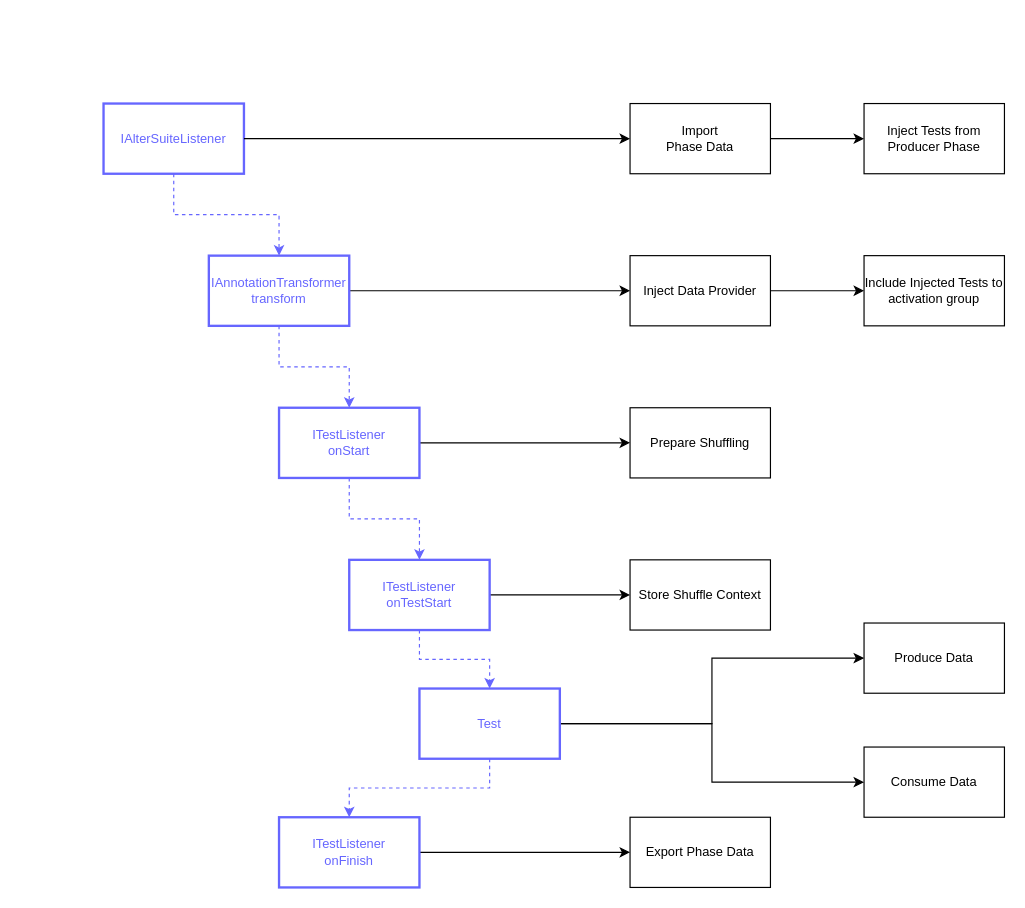
Above: page "TestNG Process" (11 of 11) of diagrams/PhasedDiagrams.drawio in adobe/phased-testing (draw.io), before the change. Source tidied: cells renumbered, new cells numbered last; positions are measured from the earlier drawing's top-left corner, leaving out a move shared by most shapes. Both pictures are drawn from the tidied source at 117%, with x=0, y=0 at pixel (103, 103).
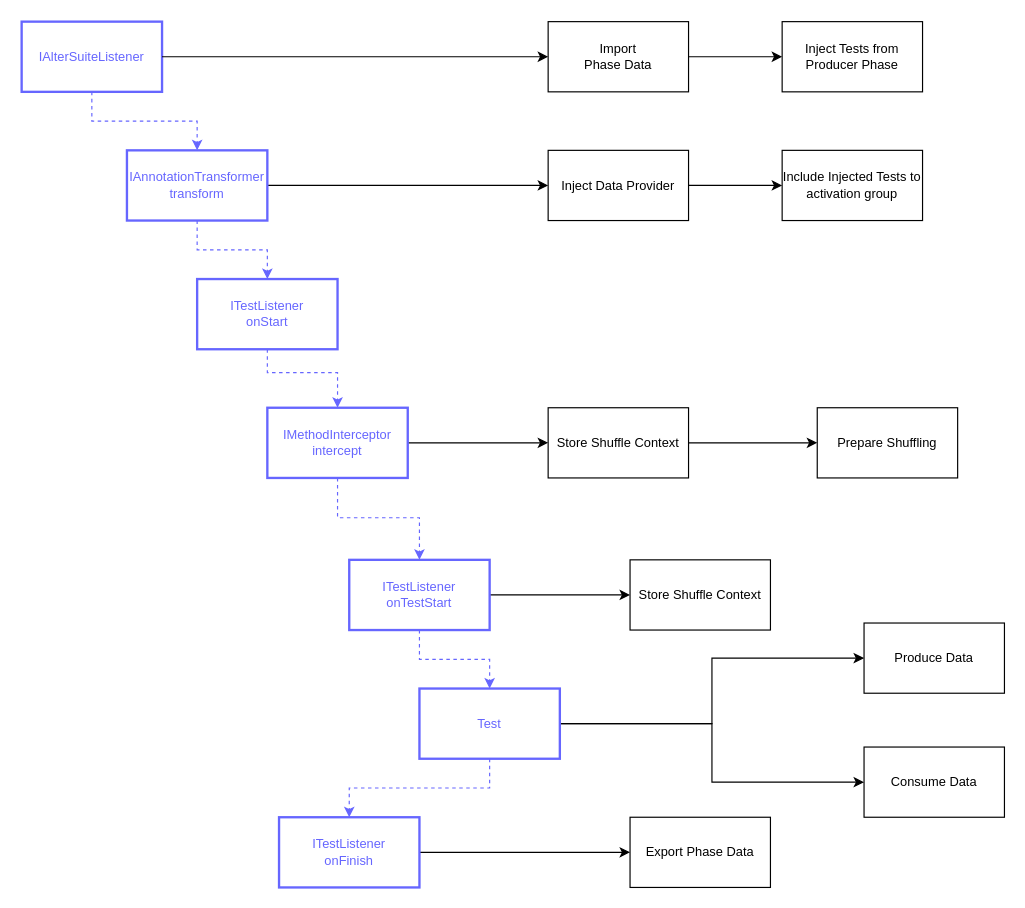
Above is the later version.

Unchanged cells that the change refers to:
```xml
<mxCell id="10" value="ITestListener&lt;br&gt;onTestStart" style="whiteSpace=wrap;html=1;rounded=0;fontSize=11;fontColor=#6666FF;strokeColor=#6666FF;strokeWidth=2;" parent="1" vertex="1">
  <mxGeometry x="210" y="390" width="120" height="60" as="geometry" />
</mxCell>
```

What changed in the source:
```diff
@@
     <mxCell id="4" value="IAnnotationTransformer&lt;br&gt;transform" style="rounded=0;whiteSpace=wrap;html=1;fontSize=11;align=center;strokeWidth=2;strokeColor=#6666FF;fontColor=#6666FF;" parent="1" vertex="1">
-      <mxGeometry x="90" y="130" width="120" height="60" as="geometry" />
+      <mxGeometry x="20" y="40" width="120" height="60" as="geometry" />
     </mxCell>
-    <mxCell id="5" style="edgeStyle=orthogonalEdgeStyle;rounded=0;jumpStyle=arc;jumpSize=15;jettySize=auto;html=1;fontSize=11;startArrow=none;startFill=0;endArrow=classic;endFill=1;dashed=1;fontColor=#6666FF;strokeColor=#6666FF;" parent="1" edge="1" source="7" target="10">
-      <mxGeometry relative="1" as="geometry" />
+    <mxCell id="5" style="edgeStyle=orthogonalEdgeStyle;rounded=0;jumpStyle=arc;jumpSize=15;jettySize=auto;html=1;fontSize=11;startArrow=none;startFill=0;endArrow=classic;endFill=1;dashed=1;fontColor=#6666FF;strokeColor=#6666FF;entryX=0.5;entryY=0;entryDx=0;entryDy=0;" parent="1" edge="1" source="7" target="32">
+      <mxGeometry relative="1" as="geometry">
+        <Array as="points">
+          <mxPoint x="140" y="230" />
+          <mxPoint x="200" y="230" />
+        </Array>
+      </mxGeometry>
     </mxCell>
-    <mxCell id="6" style="edgeStyle=orthogonalEdgeStyle;rounded=0;jumpStyle=arc;jumpSize=15;jettySize=auto;html=1;exitX=1;exitY=0.5;exitDx=0;exitDy=0;entryX=0;entryY=0.5;entryDx=0;entryDy=0;fontSize=11;startArrow=none;startFill=0;endArrow=classic;endFill=1;" parent="1" edge="1" source="7">
-      <mxGeometry relative="1" as="geometry">
-        <mxPoint x="450" y="290" as="targetPoint" />
-      </mxGeometry>
-    </mxCell>
     <mxCell id="7" value="ITestListener&lt;br&gt;onStart" style="whiteSpace=wrap;html=1;rounded=0;fontSize=11;fontColor=#6666FF;strokeColor=#6666FF;strokeWidth=2;" parent="1" vertex="1">
-      <mxGeometry x="150" y="260" width="120" height="60" as="geometry" />
+      <mxGeometry x="80" y="150" width="120" height="60" as="geometry" />
     </mxCell>
@@
     <mxCell id="18" value="Inject Data Provider" style="rounded=0;whiteSpace=wrap;html=1;fontSize=11;align=center;" parent="1" vertex="1">
-      <mxGeometry x="450" y="130" width="120" height="60" as="geometry" />
+      <mxGeometry x="380" y="40" width="120" height="60" as="geometry" />
     </mxCell>
     <mxCell id="19" value="Prepare Shuffling" style="whiteSpace=wrap;html=1;rounded=0;fontSize=11;" parent="1" vertex="1">
-      <mxGeometry x="450" y="260" width="120" height="60" as="geometry" />
+      <mxGeometry x="610" y="260" width="120" height="60" as="geometry" />
     </mxCell>
@@
     <mxCell id="24" value="IAlterSuiteListener" style="rounded=0;whiteSpace=wrap;html=1;fontSize=11;align=center;strokeWidth=2;strokeColor=#6666FF;fontColor=#6666FF;" parent="1" vertex="1">
-      <mxGeometry width="120" height="60" as="geometry" />
+      <mxGeometry x="-70" y="-70" width="120" height="60" as="geometry" />
     </mxCell>
@@
     <mxCell id="27" value="Import&lt;br&gt;Phase Data" style="rounded=0;whiteSpace=wrap;html=1;fontSize=11;align=center;" parent="1" vertex="1">
-      <mxGeometry x="450" width="120" height="60" as="geometry" />
+      <mxGeometry x="380" y="-70" width="120" height="60" as="geometry" />
     </mxCell>
@@
     <mxCell id="29" value="Inject Tests from Producer Phase" style="rounded=0;whiteSpace=wrap;html=1;fontSize=11;align=center;" parent="1" vertex="1">
-      <mxGeometry x="650" width="120" height="60" as="geometry" />
+      <mxGeometry x="580" y="-70" width="120" height="60" as="geometry" />
     </mxCell>
     <mxCell id="30" value="Include Injected Tests to activation group" style="rounded=0;whiteSpace=wrap;html=1;fontSize=11;align=center;" parent="1" vertex="1">
-      <mxGeometry x="650" y="130" width="120" height="60" as="geometry" />
+      <mxGeometry x="580" y="40" width="120" height="60" as="geometry" />
     </mxCell>
+    <mxCell id="31" style="edgeStyle=orthogonalEdgeStyle;rounded=0;jettySize=auto;html=1;exitX=1;exitY=0.5;exitDx=0;exitDy=0;" parent="1" edge="1" source="32" target="34">
+      <mxGeometry relative="1" as="geometry" />
+    </mxCell>
+    <mxCell id="32" value="IMethodInterceptor&lt;br&gt;intercept" style="whiteSpace=wrap;html=1;rounded=0;fontSize=11;fontColor=#6666FF;strokeColor=#6666FF;strokeWidth=2;" parent="1" vertex="1">
+      <mxGeometry x="140" y="260" width="120" height="60" as="geometry" />
+    </mxCell>
+    <mxCell id="33" style="edgeStyle=orthogonalEdgeStyle;rounded=0;jettySize=auto;html=1;" parent="1" edge="1" source="34" target="19">
+      <mxGeometry relative="1" as="geometry" />
+    </mxCell>
+    <mxCell id="34" value="Store Shuffle Context" style="rounded=0;whiteSpace=wrap;html=1;fontSize=11;align=center;" parent="1" vertex="1">
+      <mxGeometry x="380" y="260" width="120" height="60" as="geometry" />
+    </mxCell>
+    <mxCell id="35" style="edgeStyle=orthogonalEdgeStyle;rounded=0;jumpStyle=arc;jumpSize=15;jettySize=auto;html=1;fontSize=11;startArrow=none;startFill=0;endArrow=classic;endFill=1;dashed=1;fontColor=#6666FF;strokeColor=#6666FF;entryX=0.5;entryY=0;entryDx=0;entryDy=0;exitX=0.5;exitY=1;exitDx=0;exitDy=0;" parent="1" edge="1" source="32" target="10">
+      <mxGeometry relative="1" as="geometry">
+        <Array as="points">
+          <mxPoint x="200" y="354" />
+          <mxPoint x="270" y="354" />
+        </Array>
+      </mxGeometry>
+    </mxCell>
```
